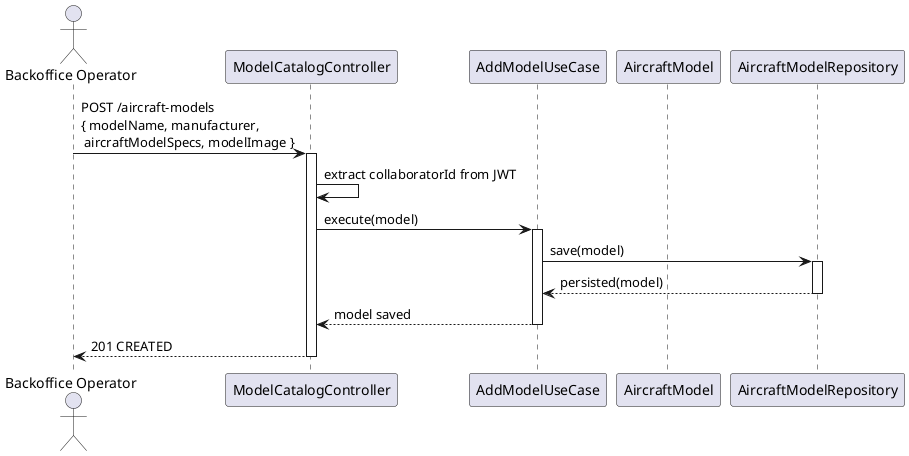
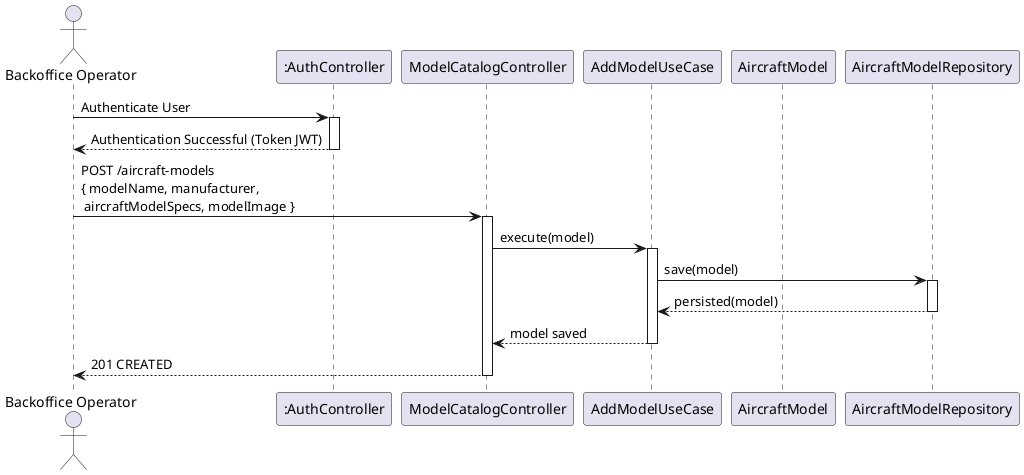
@startuml

actor "Backoffice Operator" as BO

+ participant ":AuthController" as Auth
participant "ModelCatalogController" as CC
participant "AddModelUseCase" as AMC
participant "AircraftModel" as AM
participant "AircraftModelRepository" as AMR

+ BO -> Auth : Authenticate User
+ activate Auth
+ Auth --> BO : Authentication Successful (Token JWT)
+ deactivate Auth
+ 
BO -> CC : POST /aircraft-models\n{ modelName, manufacturer,\n aircraftModelSpecs, modelImage }
activate CC
- 
- CC -> CC : extract collaboratorId from JWT

CC -> AMC : execute(model)
activate AMC

AMC -> AMR : save(model)
activate AMR

AMR --> AMC : persisted(model)
deactivate AMR

AMC --> CC : model saved
deactivate AMC

CC --> BO : 201 CREATED
deactivate CC

@enduml